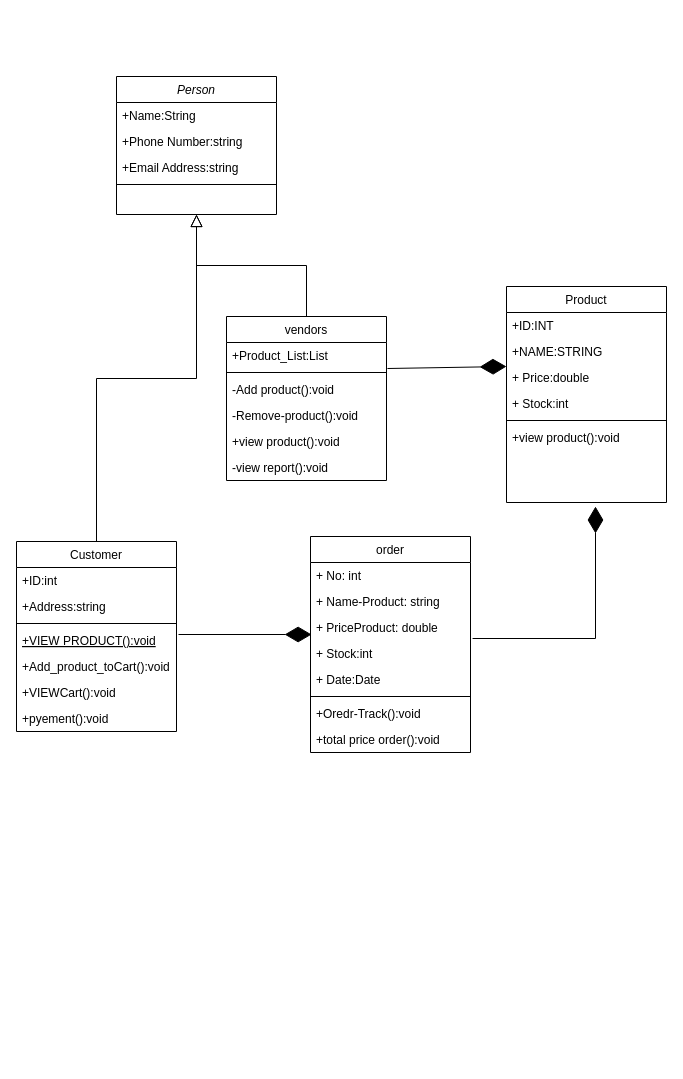
TasnimBrashdi/DataBase keeps this draw.io diagram as E-commerece/E-Commerece Platform.drawio. Above is the earlier version. Source tidied: cells renumbered, new cells numbered last; positions are measured from the earlier drawing's top-left corner, leaving out a move shared by most shapes. Both pictures are drawn from the tidied source at 100%, with x=0, y=0 at pixel (16, 76).
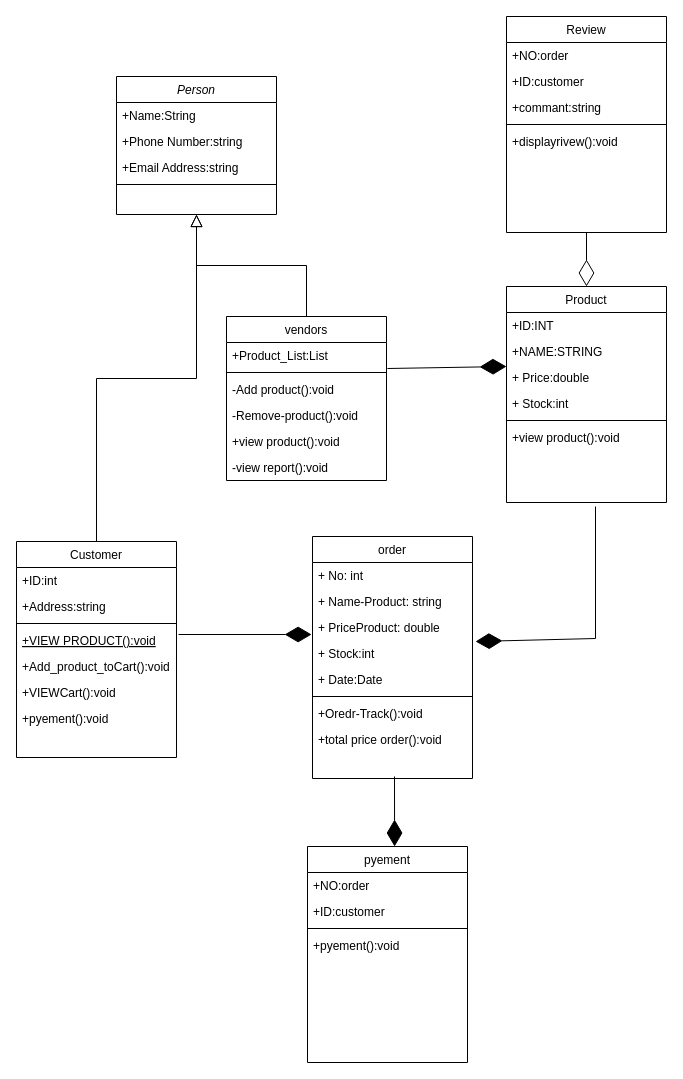
The same diagram, later.

Unchanged cells that the change refers to:
```xml
<mxCell id="24" value="Product" style="swimlane;fontStyle=0;align=center;verticalAlign=top;horizontal=1;startSize=26;rounded=0;shadow=0;strokeWidth=1;" parent="1" vertex="1">
  <mxGeometry x="490" y="210" width="160" height="216" as="geometry" />
</mxCell>
<mxCell id="35" value="+ Stock:int" style="text;align=left;verticalAlign=top;spacingLeft=4;spacingRight=4;overflow=hidden;points=[[0,0.5],[1,0.5]];portConstraint=eastwest;rounded=0;shadow=0;html=0;" parent="31" vertex="1">
  <mxGeometry y="104" width="160" height="26" as="geometry" />
</mxCell>
```

What changed in the source:
```diff
@@
     <mxCell id="7" value="Customer" style="swimlane;fontStyle=0;align=center;verticalAlign=top;horizontal=1;startSize=26;rounded=0;shadow=0;strokeWidth=1;" parent="1" vertex="1">
-      <mxGeometry y="465" width="160" height="190" as="geometry" />
+      <mxGeometry y="465" width="160" height="216" as="geometry" />
     </mxCell>
@@
     <mxCell id="31" value="order" style="swimlane;fontStyle=0;align=center;verticalAlign=top;horizontal=1;startSize=26;rounded=0;shadow=0;strokeWidth=1;" parent="1" vertex="1">
-      <mxGeometry x="294" y="460" width="160" height="216" as="geometry" />
+      <mxGeometry x="296" y="460" width="160" height="242" as="geometry" />
     </mxCell>
@@
-    <mxCell id="42" style="endArrow=diamondThin;endFill=1;endSize=24;html=1;rounded=0;exitX=1.013;exitY=-0.077;exitDx=0;exitDy=0;exitPerimeter=0;" parent="1" edge="1" source="35">
+    <mxCell id="42" style="endArrow=diamondThin;endFill=1;endSize=24;html=1;rounded=0;entryX=1.019;entryY=0.038;entryDx=0;entryDy=0;entryPerimeter=0;" parent="1" edge="1" target="35">
       <mxGeometry relative="1" as="geometry">
-        <mxPoint x="579" y="430" as="targetPoint" />
+        <mxPoint x="579" y="430" as="sourcePoint" />
         <Array as="points">
           <mxPoint x="579" y="562" />
         </Array>
       </mxGeometry>
     </mxCell>
+    <mxCell id="43" value="pyement" style="swimlane;fontStyle=0;align=center;verticalAlign=top;horizontal=1;startSize=26;rounded=0;shadow=0;strokeWidth=1;" parent="1" vertex="1">
+      <mxGeometry x="291" y="770" width="160" height="216" as="geometry" />
+    </mxCell>
+    <mxCell id="44" style="endArrow=diamondThin;endFill=1;endSize=24;html=1;rounded=0;entryX=-0.012;entryY=0.154;entryDx=0;entryDy=0;entryPerimeter=0;" parent="43" edge="1">
+      <mxGeometry relative="1" as="geometry">
+        <mxPoint x="87" y="-70" as="sourcePoint" />
+        <mxPoint x="87.1" as="targetPoint" />
+      </mxGeometry>
+    </mxCell>
+    <mxCell id="45" value="+NO:order" style="text;align=left;verticalAlign=top;spacingLeft=4;spacingRight=4;overflow=hidden;" parent="43" vertex="1">
+      <mxGeometry y="26" width="160" height="26" as="geometry" />
+    </mxCell>
+    <mxCell id="46" value="+ID:customer" style="text;align=left;verticalAlign=top;spacingLeft=4;spacingRight=4;overflow=hidden;rounded=0;shadow=0;html=0;" parent="43" vertex="1">
+      <mxGeometry y="52" width="160" height="26" as="geometry" />
+    </mxCell>
+    <mxCell id="47" style="line;html=1;strokeWidth=1;align=left;verticalAlign=middle;spacingTop=-1;spacingLeft=3;spacingRight=3;labelPosition=right;" parent="43" vertex="1">
+      <mxGeometry y="78" width="160" height="8" as="geometry" />
+    </mxCell>
+    <mxCell id="48" value="+pyement():void" style="text;align=left;verticalAlign=top;spacingLeft=4;spacingRight=4;overflow=hidden;" parent="43" vertex="1">
+      <mxGeometry y="86" width="160" height="26" as="geometry" />
+    </mxCell>
+    <mxCell id="49" value="Review" style="swimlane;fontStyle=0;align=center;verticalAlign=top;horizontal=1;startSize=26;rounded=0;shadow=0;strokeWidth=1;" parent="1" vertex="1">
+      <mxGeometry x="490" y="-60" width="160" height="216" as="geometry" />
+    </mxCell>
+    <mxCell id="50" value="+NO:order" style="text;align=left;verticalAlign=top;spacingLeft=4;spacingRight=4;overflow=hidden;" parent="49" vertex="1">
+      <mxGeometry y="26" width="160" height="26" as="geometry" />
+    </mxCell>
+    <mxCell id="51" value="+ID:customer" style="text;align=left;verticalAlign=top;spacingLeft=4;spacingRight=4;overflow=hidden;rounded=0;shadow=0;html=0;" parent="49" vertex="1">
+      <mxGeometry y="52" width="160" height="26" as="geometry" />
+    </mxCell>
+    <mxCell id="52" value="+commant:string" style="text;align=left;verticalAlign=top;spacingLeft=4;spacingRight=4;overflow=hidden;rounded=0;shadow=0;html=0;" parent="49" vertex="1">
+      <mxGeometry y="78" width="160" height="26" as="geometry" />
+    </mxCell>
+    <mxCell id="53" style="line;html=1;strokeWidth=1;align=left;verticalAlign=middle;spacingTop=-1;spacingLeft=3;spacingRight=3;labelPosition=right;" parent="49" vertex="1">
+      <mxGeometry y="104" width="160" height="8" as="geometry" />
+    </mxCell>
+    <mxCell id="54" value="+displayrivew():void" style="text;align=left;verticalAlign=top;spacingLeft=4;spacingRight=4;overflow=hidden;" parent="49" vertex="1">
+      <mxGeometry y="112" width="160" height="26" as="geometry" />
+    </mxCell>
+    <mxCell id="55" style="endArrow=diamondThin;endFill=0;endSize=24;html=1;rounded=0;exitX=0.5;exitY=1;exitDx=0;exitDy=0;entryX=0.5;entryY=0;entryDx=0;entryDy=0;" parent="1" edge="1" source="49" target="24">
+      <mxGeometry relative="1" as="geometry" />
+    </mxCell>
```
